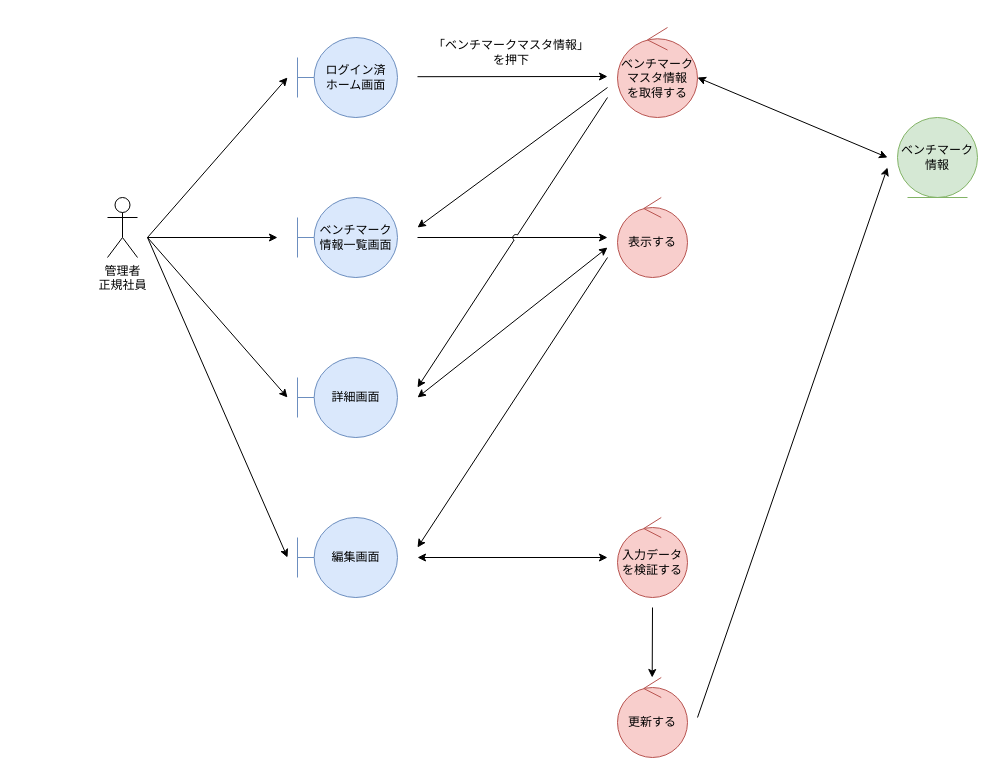
This is page "*ベンチマークマスタ管理_編集" (3 of 4) of 各種設計書/3ロバストネス図/マスタ管理/5.ベンチマークマスタ.drawio from HaruShim/Sotuken, a draw.io file, before an edit. Source tidied: cells renumbered, new cells numbered last; positions are measured from the earlier drawing's top-left corner, leaving out a move shared by most shapes. Both pictures are drawn from the tidied source at 100%, with x=0, y=0 at pixel (107, 27).
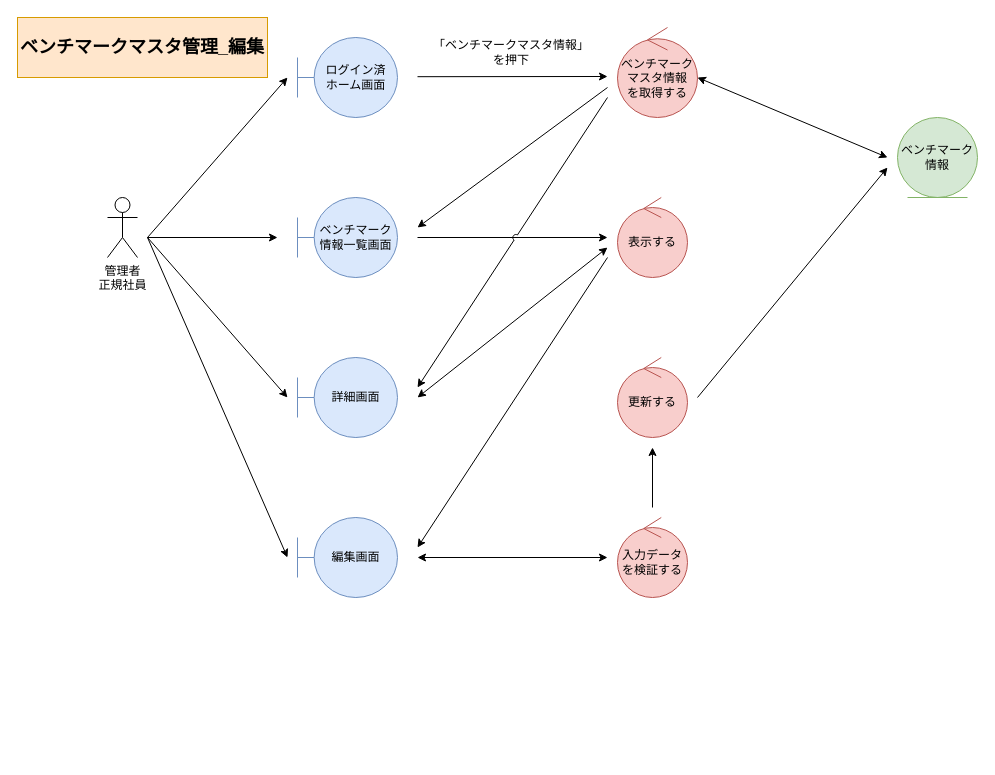
The same page after the edit.

Diff of the diagram source:
```diff
@@
     <mxCell id="22" value="更新する" style="ellipse;shape=umlControl;whiteSpace=wrap;html=1;fillColor=#f8cecc;strokeColor=#b85450;" parent="1" vertex="1">
-      <mxGeometry x="510" y="650" width="70" height="80" as="geometry" />
+      <mxGeometry x="510" y="330" width="70" height="80" as="geometry" />
     </mxCell>
@@
     <mxCell id="24" style="endArrow=none;html=1;rounded=0;jumpStyle=none;startArrow=classic;startFill=1;endFill=0;" parent="1" edge="1">
       <mxGeometry relative="1" as="geometry">
-        <mxPoint x="544.7" y="650" as="sourcePoint" />
-        <mxPoint x="545" y="580" as="targetPoint" />
+        <mxPoint x="545" y="420" as="sourcePoint" />
+        <mxPoint x="545" y="480" as="targetPoint" />
       </mxGeometry>
     </mxCell>
     <mxCell id="25" style="endArrow=none;html=1;rounded=0;jumpStyle=none;startArrow=classic;startFill=1;endFill=0;" parent="1" edge="1">
       <mxGeometry relative="1" as="geometry">
         <mxPoint x="780" y="140" as="sourcePoint" />
-        <mxPoint x="590" y="690" as="targetPoint" />
+        <mxPoint x="590" y="370" as="targetPoint" />
       </mxGeometry>
     </mxCell>
@@
+    <mxCell id="27" value="ベンチマークマスタ管理_編集" style="rounded=0;whiteSpace=wrap;html=1;fillColor=#ffe6cc;strokeColor=#d79b00;fontStyle=1;fontSize=18;" parent="1" vertex="1">
+      <mxGeometry x="-90" y="-10" width="250" height="60" as="geometry" />
+    </mxCell>
```
